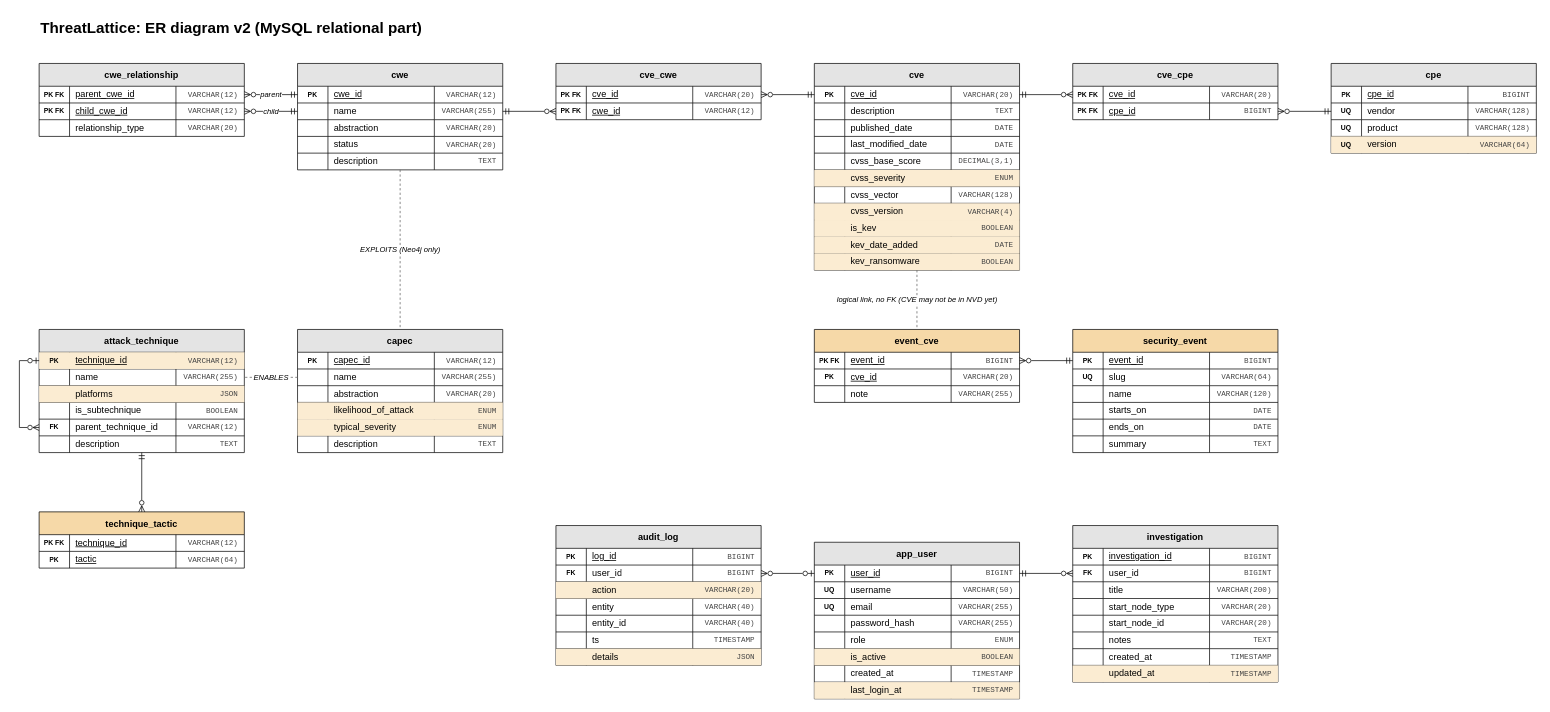
Earlier version of the draw.io diagram docs/diagrams/er_v2.drawio (UltraBot05/ThreatLattice). Source tidied: cells renumbered, new cells numbered last; positions are measured from the earlier drawing's top-left corner, leaving out a move shared by most shapes. Both pictures are drawn from the tidied source at 76%, with x=0, y=0 at pixel (19, 13).
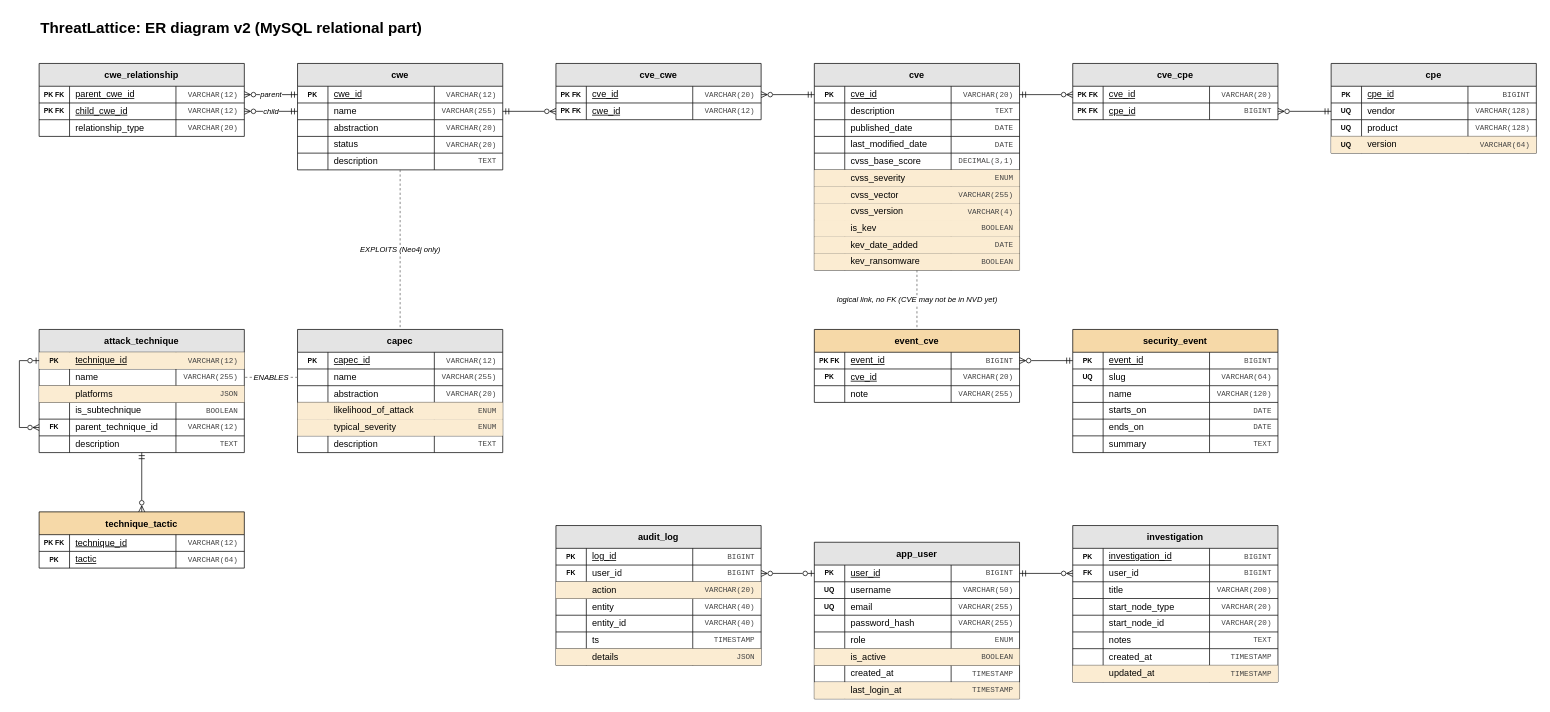
The same diagram, later.

Commit message (it also covers changes not shown here):
fix(db): widen cve.cvss_vector to VARCHAR(255) for CVSS 4.0 vectors

Unchanged cells that the change refers to:
```xml
<mxCell id="45" value="cve" style="shape=table;startSize=30;childLayout=tableLayout;rowLines=1;fontStyle=1;align=center;fillColor=#e4e4e4;strokeColor=#111111;" parent="1" vertex="1">
  <mxGeometry x="1046" y="66" width="270" height="272" as="geometry" />
</mxCell>
```

Diff of the diagram source:
```diff
@@
-    <mxCell id="70" style="shape=tableRow;horizontal=0;startSize=0;swimlaneHead=0;swimlaneBody=0;fillColor=none;top=0;left=0;right=0;bottom=0;" parent="45" vertex="1">
+    <mxCell id="70" style="shape=tableRow;horizontal=0;startSize=0;swimlaneHead=0;swimlaneBody=0;fillColor=#fbecd2;top=0;left=0;right=0;bottom=0;" parent="45" vertex="1">
       <mxGeometry y="162" width="270" height="22" as="geometry" />
     </mxCell>
@@
-    <mxCell id="73" value="VARCHAR(128)" style="shape=partialRectangle;fillColor=none;top=0;left=0;bottom=0;right=0;overflow=hidden;whiteSpace=wrap;html=1;align=right;spacingRight=6;fontFamily=Courier New;fontSize=10;fontColor=#444444;" parent="70" vertex="1">
+    <mxCell id="73" value="VARCHAR(255)" style="shape=partialRectangle;fillColor=none;top=0;left=0;bottom=0;right=0;overflow=hidden;whiteSpace=wrap;html=1;align=right;spacingRight=6;fontFamily=Courier New;fontSize=10;fontColor=#444444;" parent="70" vertex="1">
       <mxGeometry x="180" width="90" height="22" as="geometry" />
     </mxCell>
```
